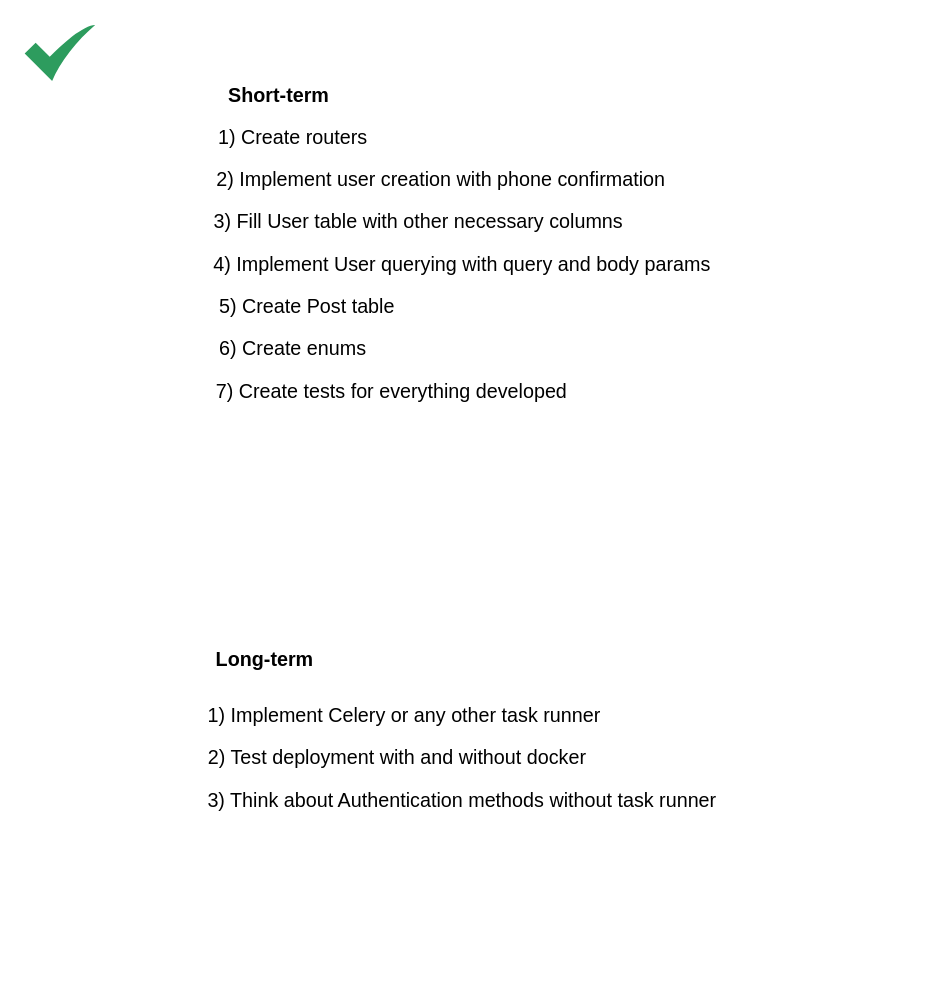
This is page "Objectives" (5 of 5) of backend/schema.drawio from Madi-S/kolik, a draw.io file, before an edit. Source tidied: cells renumbered, new cells numbered last; positions are measured from the earlier drawing's top-left corner, leaving out a move shared by most shapes. Both pictures are drawn from the tidied source at 141%, with x=0, y=0 at pixel (24, 24).
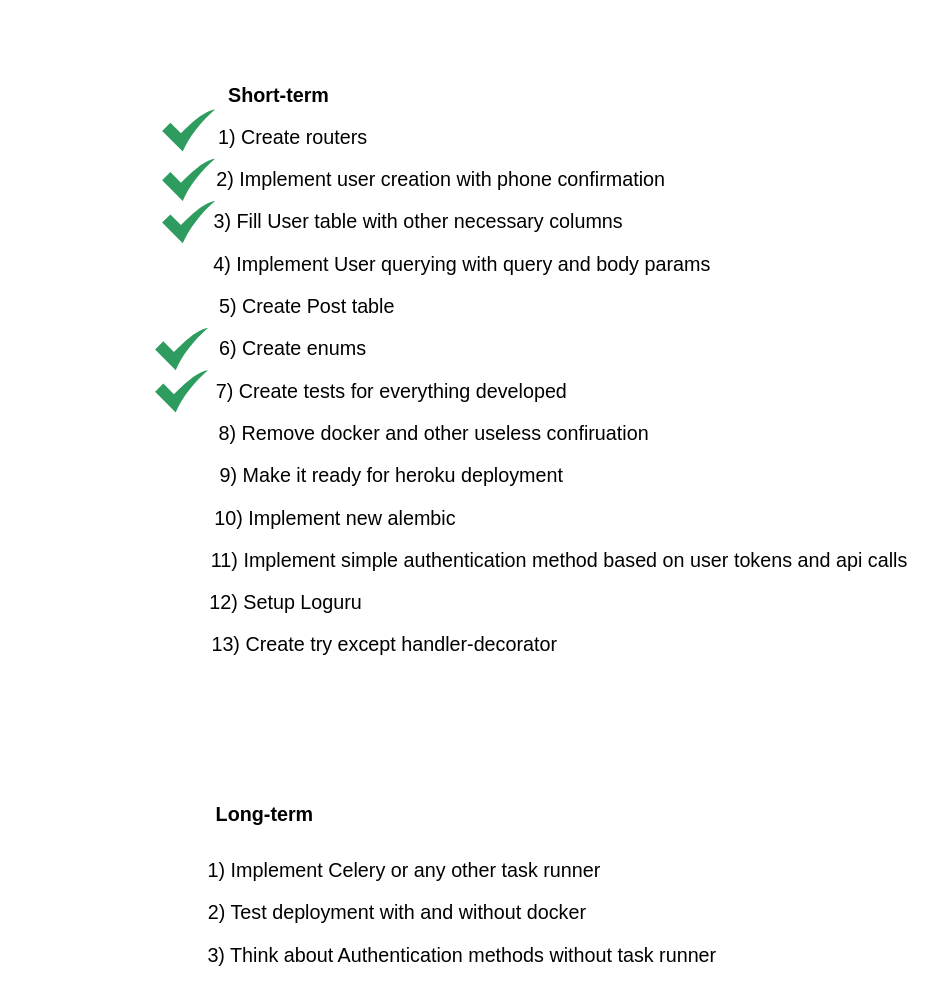
The same page after the edit.

Change to the diagram source:
```diff
@@
     <mxCell id="2" value="&lt;font style=&quot;font-size: 14px&quot;&gt;&lt;b&gt;Long-term&lt;/b&gt;&lt;/font&gt;" style="text;html=1;align=center;verticalAlign=middle;strokeColor=none;fillColor=none;" parent="1" vertex="1">
-      <mxGeometry x="130" y="440" width="80" height="20" as="geometry" />
+      <mxGeometry x="130" y="550" width="80" height="20" as="geometry" />
     </mxCell>
@@
     <mxCell id="4" value="1) Implement Celery or any other task runner" style="text;html=1;align=center;verticalAlign=middle;strokeColor=none;fillColor=none;fontSize=14;" parent="1" vertex="1">
-      <mxGeometry x="124" y="480" width="290" height="20" as="geometry" />
+      <mxGeometry x="124" y="590" width="290" height="20" as="geometry" />
     </mxCell>
     <mxCell id="5" value="2) Test deployment with and without docker" style="text;html=1;align=center;verticalAlign=middle;strokeColor=none;fillColor=none;fontSize=14;" parent="1" vertex="1">
-      <mxGeometry x="124" y="510" width="280" height="20" as="geometry" />
+      <mxGeometry x="124" y="620" width="280" height="20" as="geometry" />
     </mxCell>
     <mxCell id="6" value="3) Think about Authentication methods without task runner" style="text;html=1;align=center;verticalAlign=middle;strokeColor=none;fillColor=none;fontSize=14;" parent="1" vertex="1">
-      <mxGeometry x="120" y="540" width="380" height="20" as="geometry" />
+      <mxGeometry x="120" y="650" width="380" height="20" as="geometry" />
     </mxCell>
@@
     <mxCell id="9" style="sketch=0;html=1;strokeColor=none;shadow=0;align=center;verticalAlign=top;fillColor=#2D9C5E;shape=mxgraph.gcp2.check;fontSize=14;" parent="1" vertex="1">
-      <mxGeometry width="50" height="40" as="geometry" />
+      <mxGeometry x="97.5" y="95" width="37.5" height="30" as="geometry" />
     </mxCell>
@@
+    <mxCell id="15" style="sketch=0;html=1;strokeColor=none;shadow=0;align=center;verticalAlign=top;fillColor=#2D9C5E;shape=mxgraph.gcp2.check;fontSize=14;" parent="1" vertex="1">
+      <mxGeometry x="97.5" y="60" width="37.5" height="30" as="geometry" />
+    </mxCell>
+    <mxCell id="16" style="sketch=0;html=1;strokeColor=none;shadow=0;align=center;verticalAlign=top;fillColor=#2D9C5E;shape=mxgraph.gcp2.check;fontSize=14;" parent="1" vertex="1">
+      <mxGeometry x="97.5" y="125" width="37.5" height="30" as="geometry" />
+    </mxCell>
+    <mxCell id="17" style="sketch=0;html=1;strokeColor=none;shadow=0;align=center;verticalAlign=top;fillColor=#2D9C5E;shape=mxgraph.gcp2.check;fontSize=14;" parent="1" vertex="1">
+      <mxGeometry x="92.5" y="215" width="37.5" height="30" as="geometry" />
+    </mxCell>
+    <mxCell id="18" style="sketch=0;html=1;strokeColor=none;shadow=0;align=center;verticalAlign=top;fillColor=#2D9C5E;shape=mxgraph.gcp2.check;fontSize=14;" parent="1" vertex="1">
+      <mxGeometry x="92.5" y="245" width="37.5" height="30" as="geometry" />
+    </mxCell>
+    <mxCell id="19" value="&lt;font style=&quot;font-size: 14px&quot;&gt;8) Remove docker and other useless confiruation&lt;/font&gt;" style="text;html=1;align=center;verticalAlign=middle;strokeColor=none;fillColor=none;" parent="1" vertex="1">
+      <mxGeometry x="130" y="280" width="320" height="20" as="geometry" />
+    </mxCell>
+    <mxCell id="20" value="9) Make it ready for heroku deployment" style="text;html=1;align=center;verticalAlign=middle;strokeColor=none;fillColor=none;fontSize=14;" parent="1" vertex="1">
+      <mxGeometry x="130" y="310" width="260" height="20" as="geometry" />
+    </mxCell>
+    <mxCell id="21" value="10) Implement new alembic" style="text;html=1;align=center;verticalAlign=middle;strokeColor=none;fillColor=none;fontSize=14;" parent="1" vertex="1">
+      <mxGeometry x="125" y="340" width="190" height="20" as="geometry" />
+    </mxCell>
+    <mxCell id="22" value="11) Implement simple authentication method based on user tokens and api calls" style="text;html=1;align=center;verticalAlign=middle;strokeColor=none;fillColor=none;fontSize=14;" parent="1" vertex="1">
+      <mxGeometry x="124" y="370" width="510" height="20" as="geometry" />
+    </mxCell>
+    <mxCell id="23" value="12) Setup Loguru" style="text;html=1;align=center;verticalAlign=middle;strokeColor=none;fillColor=none;fontSize=14;" parent="1" vertex="1">
+      <mxGeometry x="125" y="400" width="120" height="20" as="geometry" />
+    </mxCell>
+    <mxCell id="24" value="13) Create try except handler-decorator" style="text;html=1;align=center;verticalAlign=middle;strokeColor=none;fillColor=none;fontSize=14;" parent="1" vertex="1">
+      <mxGeometry x="125" y="430" width="260" height="20" as="geometry" />
+    </mxCell>
```
